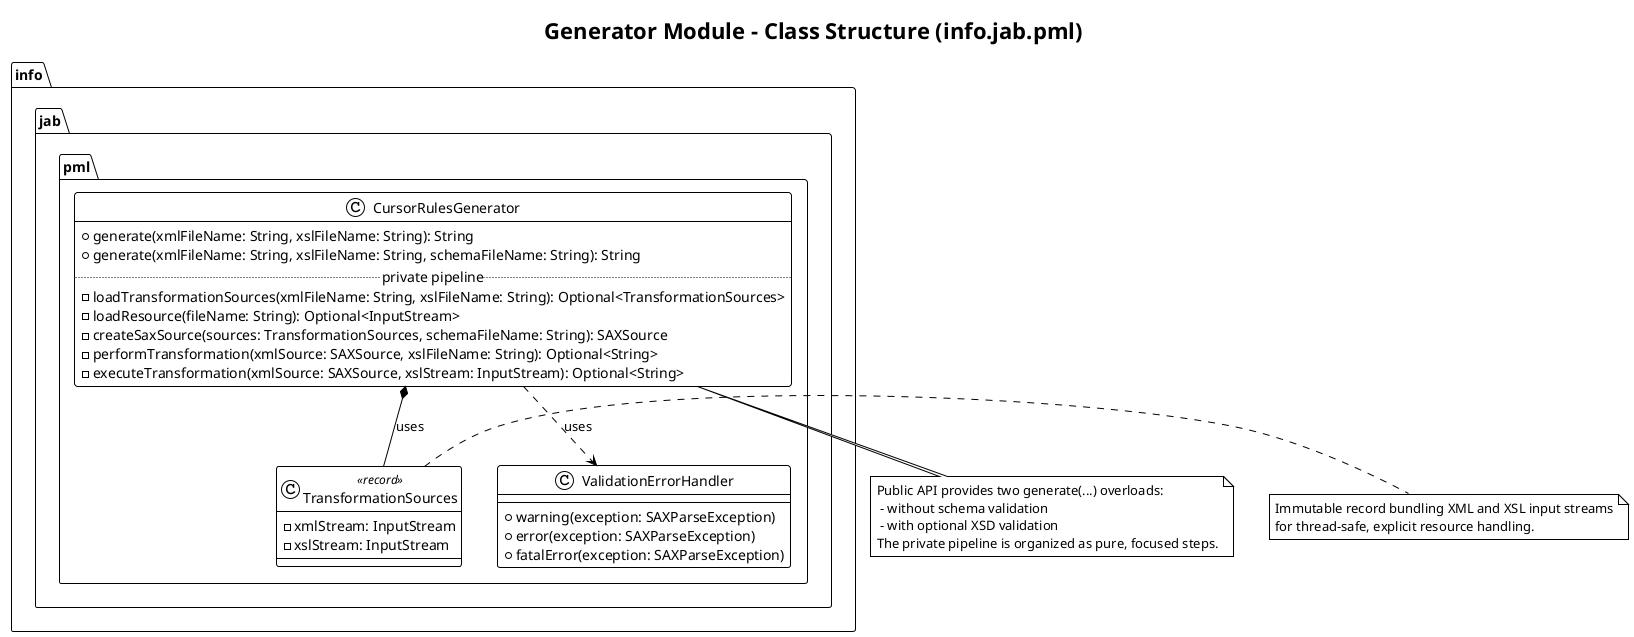
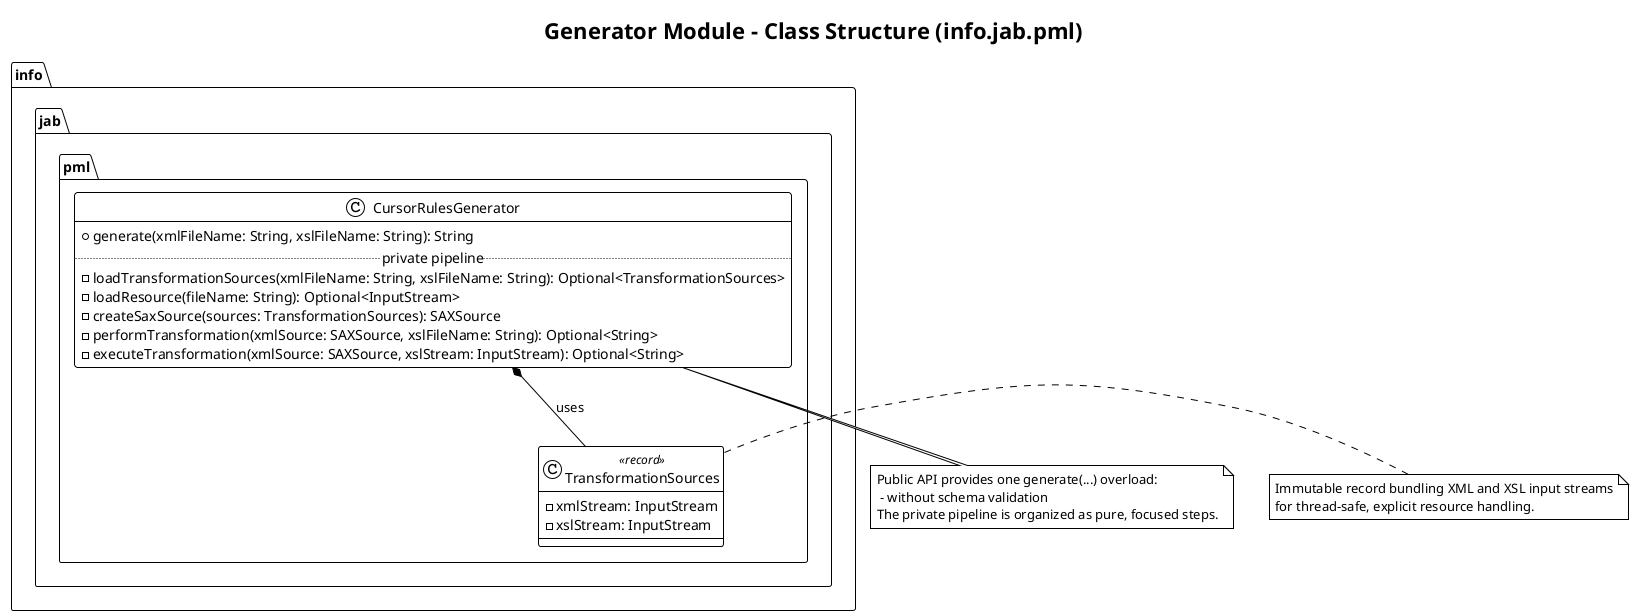
- @startuml
+ @startuml generator_class_structure
!theme plain
title "Generator Module - Class Structure (info.jab.pml)"

package "info.jab.pml" {
  class CursorRulesGenerator {
    + generate(xmlFileName: String, xslFileName: String): String
-     + generate(xmlFileName: String, xslFileName: String, schemaFileName: String): String
    ..private pipeline..
    - loadTransformationSources(xmlFileName: String, xslFileName: String): Optional<TransformationSources>
    - loadResource(fileName: String): Optional<InputStream>
-     - createSaxSource(sources: TransformationSources, schemaFileName: String): SAXSource
+     - createSaxSource(sources: TransformationSources): SAXSource
    - performTransformation(xmlSource: SAXSource, xslFileName: String): Optional<String>
    - executeTransformation(xmlSource: SAXSource, xslStream: InputStream): Optional<String>
  }

  class TransformationSources <<record>> {
    - xmlStream: InputStream
    - xslStream: InputStream
  }
- 
-   class ValidationErrorHandler {
-     + warning(exception: SAXParseException)
-     + error(exception: SAXParseException)
-     + fatalError(exception: SAXParseException)
-   }
}

CursorRulesGenerator *-- TransformationSources : uses
- CursorRulesGenerator ..> ValidationErrorHandler : uses

note right of TransformationSources
Immutable record bundling XML and XSL input streams
for thread-safe, explicit resource handling.
end note

note bottom of CursorRulesGenerator
- Public API provides two generate(...) overloads:
+ Public API provides one generate(...) overload:
 - without schema validation
-  - with optional XSD validation
The private pipeline is organized as pure, focused steps.
end note

@enduml


